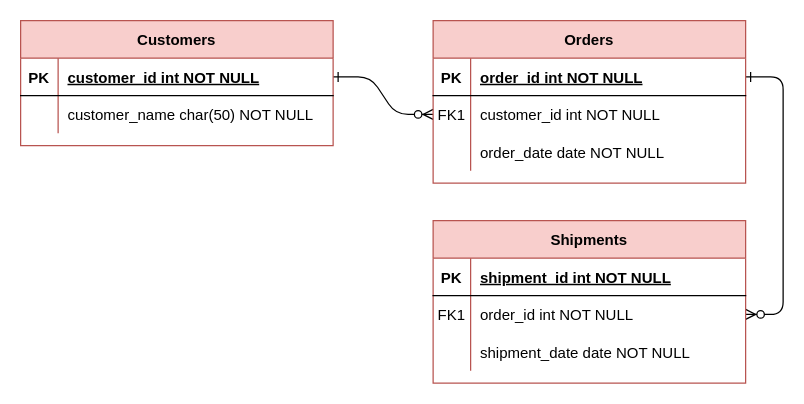
Before: Test.drawio in KhanAnupamShafi/draw.io, a draw.io diagram. Source tidied: cells renumbered, new cells numbered last; positions are measured from the earlier drawing's top-left corner, leaving out a move shared by most shapes. Both pictures are drawn from the tidied source at 125%, with x=0, y=0 at pixel (20, 20).
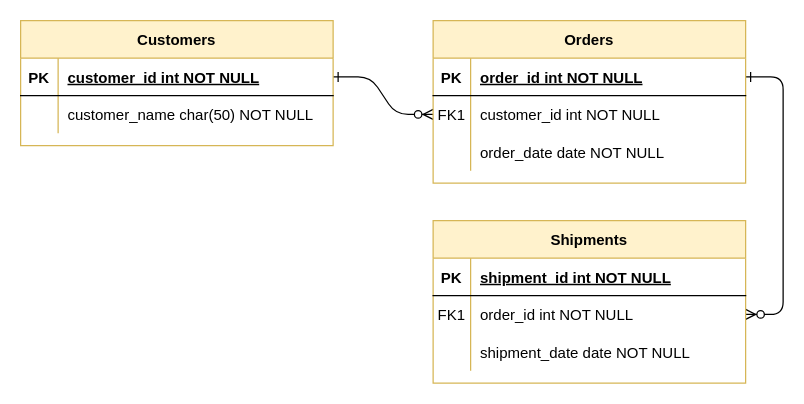
The same diagram, later.

The edit, as a diff of the source:
```diff
@@
-    <mxCell id="4" value="Orders" style="shape=table;startSize=30;childLayout=tableLayout;rowLines=0;fontStyle=1;align=center;fillColor=#f8cecc;strokeColor=#b85450;" parent="1" vertex="1">
+    <mxCell id="4" value="Orders" style="shape=table;startSize=30;childLayout=tableLayout;rowLines=0;fontStyle=1;align=center;fillColor=#fff2cc;strokeColor=#d6b656;" parent="1" vertex="1">
       <mxGeometry x="330" width="250" height="130" as="geometry" />
     </mxCell>
@@
-    <mxCell id="14" value="Shipments" style="shape=table;startSize=30;childLayout=tableLayout;rowLines=0;fontStyle=1;align=center;fillColor=#f8cecc;strokeColor=#b85450;" parent="1" vertex="1">
+    <mxCell id="14" value="Shipments" style="shape=table;startSize=30;childLayout=tableLayout;rowLines=0;fontStyle=1;align=center;fillColor=#fff2cc;strokeColor=#d6b656;" parent="1" vertex="1">
       <mxGeometry x="330" y="160" width="250" height="130" as="geometry" />
     </mxCell>
@@
-    <mxCell id="24" value="Customers" style="shape=table;startSize=30;childLayout=tableLayout;rowLines=0;fontStyle=1;align=center;fillColor=#f8cecc;strokeColor=#b85450;" parent="1" vertex="1">
+    <mxCell id="24" value="Customers" style="shape=table;startSize=30;childLayout=tableLayout;rowLines=0;fontStyle=1;align=center;fillColor=#fff2cc;strokeColor=#d6b656;" parent="1" vertex="1">
       <mxGeometry width="250" height="100" as="geometry" />
     </mxCell>
```
